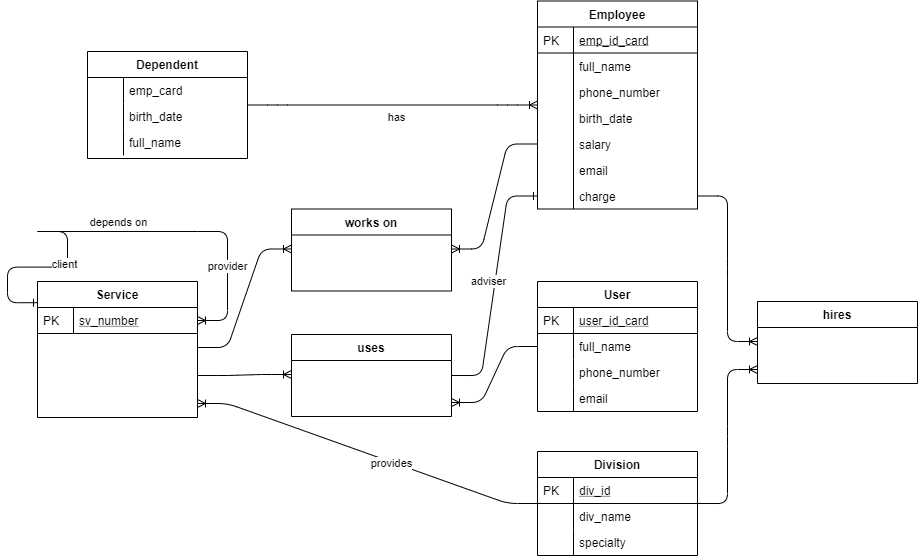
The draw.io diagram imgs/Crow's diagram.png in 7yrionLannister/information-systems-modeling-wiki, before a commit. Source tidied: cells renumbered, new cells last; positions are measured from the earlier drawing's top-left corner, leaving out a move shared by most shapes.
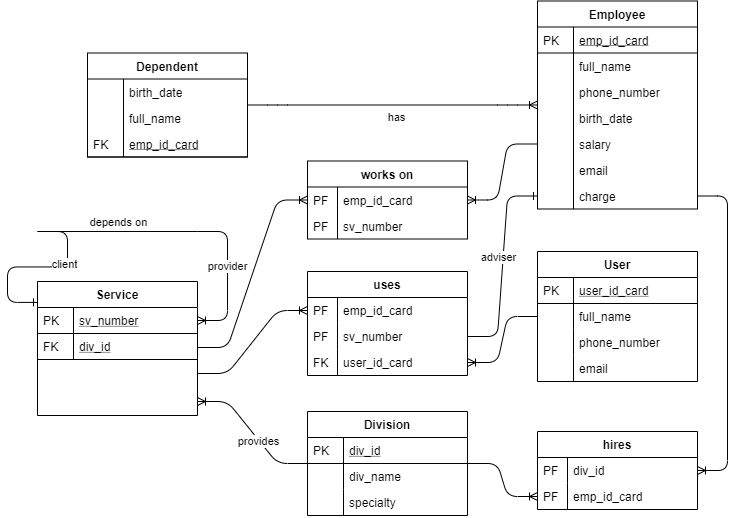
After the commit.

Diff of the diagram source:
```diff
@@ -35,31 +35,10 @@
     <mxCell id="9" value="provides" style="edgeLabel;html=1;align=center;verticalAlign=middle;" parent="8" vertex="1">
       <mxGeometry x="-0.14" y="1" relative="1" as="geometry" />
     </mxCell>
-    <mxCell id="10" value="Dependent" style="swimlane;fontStyle=1;horizontal=1;startSize=26;rounded=0;shadow=0;strokeWidth=1;" parent="1" vertex="1">
-      <mxGeometry x="50" y="50" width="160" height="107" as="geometry" />
-    </mxCell>
-    <mxCell id="11" value="emp_card" style="shape=partialRectangle;top=0;left=0;right=0;bottom=0;align=left;verticalAlign=top;fillColor=none;spacingLeft=40;spacingRight=4;overflow=hidden;rounded=0;shadow=0;strokeWidth=1;" parent="10" vertex="1">
-      <mxGeometry y="26" width="160" height="26" as="geometry" />
-    </mxCell>
-    <mxCell id="12" style="shape=partialRectangle;top=0;left=0;bottom=0;fillColor=none;align=left;verticalAlign=top;spacingLeft=4;spacingRight=4;overflow=hidden;" parent="11" vertex="1">
-      <mxGeometry width="36" height="26" as="geometry" />
-    </mxCell>
-    <mxCell id="13" value="birth_date" style="shape=partialRectangle;top=0;left=0;right=0;bottom=0;align=left;verticalAlign=top;fillColor=none;spacingLeft=40;spacingRight=4;overflow=hidden;rounded=0;shadow=0;strokeWidth=1;" parent="10" vertex="1">
-      <mxGeometry y="52" width="160" height="26" as="geometry" />
-    </mxCell>
-    <mxCell id="14" style="shape=partialRectangle;top=0;left=0;bottom=0;fillColor=none;align=left;verticalAlign=top;spacingLeft=4;spacingRight=4;overflow=hidden;" parent="13" vertex="1">
-      <mxGeometry width="36" height="26" as="geometry" />
-    </mxCell>
-    <mxCell id="15" value="full_name" style="shape=partialRectangle;top=0;left=0;right=0;bottom=0;align=left;verticalAlign=top;fillColor=none;spacingLeft=40;spacingRight=4;overflow=hidden;rounded=0;shadow=0;strokeWidth=1;" parent="10" vertex="1">
-      <mxGeometry y="78" width="160" height="26" as="geometry" />
-    </mxCell>
-    <mxCell id="16" style="shape=partialRectangle;top=0;left=0;bottom=0;fillColor=none;align=left;verticalAlign=top;spacingLeft=4;spacingRight=4;overflow=hidden;" parent="15" vertex="1">
-      <mxGeometry width="36" height="26" as="geometry" />
-    </mxCell>
-    <mxCell id="17" style="edgeStyle=entityRelationEdgeStyle;fontSize=12;html=1;endArrow=ERoneToMany;" parent="1" edge="1" source="26" target="29">
+    <mxCell id="17" style="edgeStyle=entityRelationEdgeStyle;fontSize=12;html=1;endArrow=ERoneToMany;" parent="1" edge="1" source="26" target="83">
       <mxGeometry relative="1" as="geometry" />
     </mxCell>
-    <mxCell id="18" style="edgeStyle=entityRelationEdgeStyle;fontSize=12;html=1;endArrow=ERone;endFill=1;" parent="1" edge="1" source="28" target="44">
+    <mxCell id="18" style="edgeStyle=entityRelationEdgeStyle;fontSize=12;html=1;endArrow=ERone;endFill=1;" parent="1" edge="1" source="85" target="44">
       <mxGeometry relative="1" as="geometry" />
     </mxCell>
     <mxCell id="19" value="adviser" style="edgeLabel;html=1;align=center;verticalAlign=middle;" parent="18" vertex="1">
@@ -76,7 +55,7 @@
       <mxGeometry x="-0.14" y="-1" relative="1" as="geometry" />
     </mxCell>
     <mxCell id="22" value="Service" style="swimlane;fontStyle=1;horizontal=1;startSize=26;rounded=0;shadow=0;strokeWidth=1;" parent="1" vertex="1">
-      <mxGeometry y="280" width="160" height="136" as="geometry" />
+      <mxGeometry y="280" width="160" height="134" as="geometry" />
     </mxCell>
     <mxCell id="23" value="sv_number" style="shape=partialRectangle;top=0;left=0;right=0;bottom=1;align=left;verticalAlign=top;fillColor=none;spacingLeft=40;spacingRight=4;overflow=hidden;points=[[0,0.5],[1,0.5]];portConstraint=eastwest;rounded=0;shadow=0;strokeWidth=1;fontStyle=4;" parent="22" vertex="1">
       <mxGeometry y="26" width="160" height="26" as="geometry" />
@@ -84,24 +63,18 @@
     <mxCell id="24" value="PK" style="shape=partialRectangle;top=0;left=0;bottom=0;fillColor=none;align=left;verticalAlign=top;spacingLeft=4;spacingRight=4;overflow=hidden;" parent="23" vertex="1">
       <mxGeometry width="36" height="26" as="geometry" />
     </mxCell>
-    <mxCell id="25" style="text;fillColor=none;align=left;verticalAlign=middle;spacingTop=-1;spacingLeft=4;spacingRight=4;labelPosition=right;points=[];portConstraint=eastwest;fontSize=12;" parent="22" vertex="1">
-      <mxGeometry y="52" width="160" height="28" as="geometry" />
-    </mxCell>
+    <mxCell id="73" value="div_id" style="shape=partialRectangle;top=0;left=0;right=0;bottom=1;align=left;verticalAlign=top;fillColor=none;spacingLeft=40;spacingRight=4;overflow=hidden;rounded=0;shadow=0;strokeWidth=1;fontStyle=4;" parent="22" vertex="1">
+      <mxGeometry y="52" width="160" height="26" as="geometry" />
+    </mxCell>
+    <mxCell id="74" value="FK" style="shape=partialRectangle;top=0;left=0;bottom=0;fillColor=none;align=left;verticalAlign=top;spacingLeft=4;spacingRight=4;overflow=hidden;" parent="73" vertex="1">
+      <mxGeometry width="36" height="26" as="geometry" />
+    </mxCell>
     <mxCell id="26" style="text;fillColor=none;align=left;verticalAlign=middle;spacingTop=-1;spacingLeft=4;spacingRight=4;labelPosition=right;points=[];portConstraint=eastwest;fontSize=12;" parent="22" vertex="1">
-      <mxGeometry y="80" width="160" height="28" as="geometry" />
+      <mxGeometry y="78" width="160" height="28" as="geometry" />
     </mxCell>
     <mxCell id="27" style="text;fillColor=none;align=left;verticalAlign=middle;spacingTop=-1;spacingLeft=4;spacingRight=4;labelPosition=right;points=[];portConstraint=eastwest;fontSize=12;" parent="22" vertex="1">
-      <mxGeometry y="108" width="160" height="28" as="geometry" />
+      <mxGeometry y="106" width="160" height="28" as="geometry" />
     </mxCell>
-    <mxCell id="28" value="uses" style="swimlane;fontStyle=1;horizontal=1;startSize=26;rounded=0;shadow=0;strokeWidth=1;" parent="1" vertex="1">
-      <mxGeometry x="254" y="333" width="160" height="82" as="geometry" />
-    </mxCell>
-    <mxCell id="29" style="text;fillColor=none;align=left;verticalAlign=middle;spacingTop=-1;spacingLeft=4;spacingRight=4;labelPosition=right;points=[];portConstraint=eastwest;fontSize=12;" parent="28" vertex="1">
-      <mxGeometry y="26" width="160" height="28" as="geometry" />
-    </mxCell>
-    <mxCell id="30" style="text;fillColor=none;align=left;verticalAlign=middle;spacingTop=-1;spacingLeft=4;spacingRight=4;labelPosition=right;points=[];portConstraint=eastwest;fontSize=12;" parent="28" vertex="1">
-      <mxGeometry y="54" width="160" height="28" as="geometry" />
-    </mxCell>
     <mxCell id="31" value="Employee" style="swimlane;fontStyle=1;horizontal=1;startSize=26;rounded=0;shadow=0;strokeWidth=1;" parent="1" vertex="1">
       <mxGeometry x="500" y="-0.5" width="160" height="208" as="geometry" />
     </mxCell>
@@ -147,41 +120,97 @@
     <mxCell id="45" style="shape=partialRectangle;top=0;left=0;bottom=0;fillColor=none;align=left;verticalAlign=top;spacingLeft=4;spacingRight=4;overflow=hidden;" parent="44" vertex="1">
       <mxGeometry width="36" height="26" as="geometry" />
     </mxCell>
-    <mxCell id="46" style="edgeStyle=entityRelationEdgeStyle;fontSize=12;html=1;endArrow=ERoneToMany;" parent="1" edge="1" source="40" target="49">
+    <mxCell id="46" style="edgeStyle=entityRelationEdgeStyle;fontSize=12;html=1;endArrow=ERoneToMany;" parent="1" edge="1" source="40" target="75">
       <mxGeometry relative="1" as="geometry" />
     </mxCell>
-    <mxCell id="47" style="edgeStyle=entityRelationEdgeStyle;fontSize=12;html=1;endArrow=ERoneToMany;" parent="1" edge="1" source="25" target="49">
-      <mxGeometry relative="1" as="geometry" />
+    <mxCell id="47" style="edgeStyle=entityRelationEdgeStyle;fontSize=12;html=1;endArrow=ERoneToMany;" parent="1" edge="1" target="48">
+      <mxGeometry relative="1" as="geometry">
+        <mxPoint x="160" y="346" as="sourcePoint" />
+      </mxGeometry>
     </mxCell>
-    <mxCell id="48" value="works on" style="swimlane;fontStyle=1;horizontal=1;startSize=26;rounded=0;shadow=0;strokeWidth=1;" parent="1" vertex="1">
-      <mxGeometry x="254" y="207.5" width="160" height="82" as="geometry" />
-    </mxCell>
-    <mxCell id="49" style="text;fillColor=none;align=left;verticalAlign=middle;spacingTop=-1;spacingLeft=4;spacingRight=4;labelPosition=right;points=[];portConstraint=eastwest;fontSize=12;" parent="48" vertex="1">
-      <mxGeometry y="26" width="160" height="28" as="geometry" />
-    </mxCell>
-    <mxCell id="50" style="text;fillColor=none;align=left;verticalAlign=middle;spacingTop=-1;spacingLeft=4;spacingRight=4;labelPosition=right;fontSize=12;" parent="48" vertex="1">
-      <mxGeometry y="54" width="160" height="28" as="geometry" />
-    </mxCell>
-    <mxCell id="51" style="edgeStyle=entityRelationEdgeStyle;fontSize=12;html=1;endArrow=ERoneToMany;" parent="1" edge="1" source="44" target="54">
+    <mxCell id="51" style="edgeStyle=entityRelationEdgeStyle;fontSize=12;html=1;endArrow=ERoneToMany;" parent="1" edge="1" source="44" target="79">
       <mxGeometry relative="1" as="geometry" />
     </mxCell>
-    <mxCell id="52" style="edgeStyle=entityRelationEdgeStyle;fontSize=12;html=1;endArrow=ERoneToMany;" parent="1" edge="1" source="66" target="55">
+    <mxCell id="52" style="edgeStyle=entityRelationEdgeStyle;fontSize=12;html=1;endArrow=ERoneToMany;" parent="1" edge="1" source="66" target="81">
       <mxGeometry relative="1" as="geometry" />
     </mxCell>
+    <mxCell id="56" style="edgeStyle=entityRelationEdgeStyle;fontSize=12;html=1;endArrow=ERoneToMany;" parent="1" edge="1" source="57" target="87">
+      <mxGeometry relative="1" as="geometry" />
+    </mxCell>
+    <mxCell id="48" value="works on" style="swimlane;fontStyle=1;horizontal=1;startSize=26;rounded=0;shadow=0;strokeWidth=1;" parent="1" vertex="1">
+      <mxGeometry x="270" y="159.5" width="160" height="78" as="geometry" />
+    </mxCell>
+    <mxCell id="75" value="emp_id_card" style="shape=partialRectangle;top=0;left=0;right=0;bottom=0;align=left;verticalAlign=top;fillColor=none;spacingLeft=34;spacingRight=4;overflow=hidden;points=[[0,0.5],[1,0.5]];portConstraint=eastwest;fontSize=12;" parent="48" vertex="1">
+      <mxGeometry y="26" width="160" height="26" as="geometry" />
+    </mxCell>
+    <mxCell id="76" value="PF" style="shape=partialRectangle;top=0;left=0;bottom=0;fillColor=none;align=left;verticalAlign=top;spacingLeft=4;spacingRight=4;overflow=hidden;fontSize=12;" parent="75" vertex="1">
+      <mxGeometry width="30" height="26" as="geometry" />
+    </mxCell>
+    <mxCell id="77" value="sv_number" style="shape=partialRectangle;top=0;left=0;right=0;bottom=0;align=left;verticalAlign=top;fillColor=none;spacingLeft=34;spacingRight=4;overflow=hidden;fontSize=12;" parent="48" vertex="1">
+      <mxGeometry y="52" width="160" height="26" as="geometry" />
+    </mxCell>
+    <mxCell id="78" value="PF" style="shape=partialRectangle;top=0;left=0;bottom=0;fillColor=none;align=left;verticalAlign=top;spacingLeft=4;spacingRight=4;overflow=hidden;fontSize=12;" parent="77" vertex="1">
+      <mxGeometry width="30" height="26" as="geometry" />
+    </mxCell>
     <mxCell id="53" value="hires" style="swimlane;fontStyle=1;horizontal=1;startSize=26;rounded=0;shadow=0;strokeWidth=1;" parent="1" vertex="1">
-      <mxGeometry x="720" y="300" width="160" height="82" as="geometry" />
+      <mxGeometry x="500" y="430" width="160" height="78" as="geometry" />
     </mxCell>
-    <mxCell id="54" style="text;fillColor=none;align=left;verticalAlign=middle;spacingTop=-1;spacingLeft=4;spacingRight=4;labelPosition=right;points=[];portConstraint=eastwest;fontSize=12;" parent="53" vertex="1">
-      <mxGeometry y="26" width="160" height="28" as="geometry" />
-    </mxCell>
-    <mxCell id="55" style="text;fillColor=none;align=left;verticalAlign=middle;spacingTop=-1;spacingLeft=4;spacingRight=4;labelPosition=right;points=[];portConstraint=eastwest;fontSize=12;" parent="53" vertex="1">
-      <mxGeometry y="54" width="160" height="28" as="geometry" />
-    </mxCell>
-    <mxCell id="56" style="edgeStyle=entityRelationEdgeStyle;fontSize=12;html=1;endArrow=ERoneToMany;" parent="1" edge="1" source="57" target="30">
-      <mxGeometry relative="1" as="geometry" />
-    </mxCell>
+    <mxCell id="79" value="div_id" style="shape=partialRectangle;top=0;left=0;right=0;bottom=0;align=left;verticalAlign=top;fillColor=none;spacingLeft=34;spacingRight=4;overflow=hidden;points=[[0,0.5],[1,0.5]];portConstraint=eastwest;fontSize=12;" parent="53" vertex="1">
+      <mxGeometry y="26" width="160" height="26" as="geometry" />
+    </mxCell>
+    <mxCell id="80" value="PF" style="shape=partialRectangle;top=0;left=0;bottom=0;fillColor=none;align=left;verticalAlign=top;spacingLeft=4;spacingRight=4;overflow=hidden;fontSize=12;" parent="79" vertex="1">
+      <mxGeometry width="30" height="26" as="geometry" />
+    </mxCell>
+    <mxCell id="81" value="emp_id_card" style="shape=partialRectangle;top=0;left=0;right=0;bottom=0;align=left;verticalAlign=top;fillColor=none;spacingLeft=34;spacingRight=4;overflow=hidden;points=[[0,0.5],[1,0.5]];portConstraint=eastwest;fontSize=12;" parent="53" vertex="1">
+      <mxGeometry y="52" width="160" height="26" as="geometry" />
+    </mxCell>
+    <mxCell id="82" value="PF" style="shape=partialRectangle;top=0;left=0;bottom=0;fillColor=none;align=left;verticalAlign=top;spacingLeft=4;spacingRight=4;overflow=hidden;fontSize=12;" parent="81" vertex="1">
+      <mxGeometry width="30" height="26" as="geometry" />
+    </mxCell>
+    <mxCell id="28" value="uses" style="swimlane;fontStyle=1;horizontal=1;startSize=26;rounded=0;shadow=0;strokeWidth=1;" parent="1" vertex="1">
+      <mxGeometry x="270" y="270" width="160" height="104" as="geometry" />
+    </mxCell>
+    <mxCell id="83" value="emp_id_card" style="shape=partialRectangle;top=0;left=0;right=0;bottom=0;align=left;verticalAlign=top;fillColor=none;spacingLeft=34;spacingRight=4;overflow=hidden;points=[[0,0.5],[1,0.5]];portConstraint=eastwest;fontSize=12;" parent="28" vertex="1">
+      <mxGeometry y="26" width="160" height="26" as="geometry" />
+    </mxCell>
+    <mxCell id="84" value="PF" style="shape=partialRectangle;top=0;left=0;bottom=0;fillColor=none;align=left;verticalAlign=top;spacingLeft=4;spacingRight=4;overflow=hidden;fontSize=12;" parent="83" vertex="1">
+      <mxGeometry width="30" height="26" as="geometry" />
+    </mxCell>
+    <mxCell id="85" value="sv_number" style="shape=partialRectangle;top=0;left=0;right=0;bottom=0;align=left;verticalAlign=top;fillColor=none;spacingLeft=34;spacingRight=4;overflow=hidden;points=[[0,0.5],[1,0.5]];portConstraint=eastwest;fontSize=12;" parent="28" vertex="1">
+      <mxGeometry y="52" width="160" height="26" as="geometry" />
+    </mxCell>
+    <mxCell id="86" value="PF" style="shape=partialRectangle;top=0;left=0;bottom=0;fillColor=none;align=left;verticalAlign=top;spacingLeft=4;spacingRight=4;overflow=hidden;fontSize=12;" parent="85" vertex="1">
+      <mxGeometry width="30" height="26" as="geometry" />
+    </mxCell>
+    <mxCell id="87" value="user_id_card" style="shape=partialRectangle;top=0;left=0;right=0;bottom=0;align=left;verticalAlign=top;fillColor=none;spacingLeft=34;spacingRight=4;overflow=hidden;points=[[0,0.5],[1,0.5]];portConstraint=eastwest;fontSize=12;" parent="28" vertex="1">
+      <mxGeometry y="78" width="160" height="26" as="geometry" />
+    </mxCell>
+    <mxCell id="88" value="FK" style="shape=partialRectangle;top=0;left=0;bottom=0;fillColor=none;align=left;verticalAlign=top;spacingLeft=4;spacingRight=4;overflow=hidden;fontSize=12;" parent="87" vertex="1">
+      <mxGeometry width="30" height="26" as="geometry" />
+    </mxCell>
+    <mxCell id="66" value="Division" style="swimlane;fontStyle=1;horizontal=1;startSize=26;rounded=0;shadow=0;strokeWidth=1;" parent="1" vertex="1">
+      <mxGeometry x="270" y="410" width="160" height="104" as="geometry" />
+    </mxCell>
+    <mxCell id="67" value="div_id" style="shape=partialRectangle;top=0;left=0;right=0;bottom=1;align=left;verticalAlign=top;fillColor=none;spacingLeft=40;spacingRight=4;overflow=hidden;rounded=0;shadow=0;strokeWidth=1;fontStyle=4;" parent="66" vertex="1">
+      <mxGeometry y="26" width="160" height="26" as="geometry" />
+    </mxCell>
+    <mxCell id="68" value="PK" style="shape=partialRectangle;top=0;left=0;bottom=0;fillColor=none;align=left;verticalAlign=top;spacingLeft=4;spacingRight=4;overflow=hidden;" parent="67" vertex="1">
+      <mxGeometry width="36" height="26" as="geometry" />
+    </mxCell>
+    <mxCell id="69" value="div_name" style="shape=partialRectangle;top=0;left=0;right=0;bottom=0;align=left;verticalAlign=top;fillColor=none;spacingLeft=40;spacingRight=4;overflow=hidden;rounded=0;shadow=0;strokeWidth=1;" parent="66" vertex="1">
+      <mxGeometry y="52" width="160" height="26" as="geometry" />
+    </mxCell>
+    <mxCell id="70" style="shape=partialRectangle;top=0;left=0;bottom=0;fillColor=none;align=left;verticalAlign=top;spacingLeft=4;spacingRight=4;overflow=hidden;" parent="69" vertex="1">
+      <mxGeometry width="36" height="26" as="geometry" />
+    </mxCell>
+    <mxCell id="71" value="specialty" style="shape=partialRectangle;top=0;left=0;right=0;bottom=0;align=left;verticalAlign=top;fillColor=none;spacingLeft=40;spacingRight=4;overflow=hidden;rounded=0;shadow=0;strokeWidth=1;" parent="66" vertex="1">
+      <mxGeometry y="78" width="160" height="26" as="geometry" />
+    </mxCell>
+    <mxCell id="72" style="shape=partialRectangle;top=0;left=0;bottom=0;fillColor=none;align=left;verticalAlign=top;spacingLeft=4;spacingRight=4;overflow=hidden;" parent="71" vertex="1">
+      <mxGeometry width="36" height="26" as="geometry" />
+    </mxCell>
     <mxCell id="57" value="User" style="swimlane;fontStyle=1;horizontal=1;startSize=26;rounded=0;shadow=0;strokeWidth=1;" parent="1" vertex="1">
-      <mxGeometry x="500" y="280" width="160" height="130" as="geometry" />
+      <mxGeometry x="500" y="250" width="160" height="130" as="geometry" />
     </mxCell>
     <mxCell id="58" value="user_id_card" style="shape=partialRectangle;top=0;left=0;right=0;bottom=1;align=left;verticalAlign=top;fillColor=none;spacingLeft=40;spacingRight=4;overflow=hidden;rounded=0;shadow=0;strokeWidth=1;fontStyle=4;" parent="57" vertex="1">
       <mxGeometry y="26" width="160" height="26" as="geometry" />
@@ -207,26 +236,26 @@
     <mxCell id="65" style="shape=partialRectangle;top=0;left=0;bottom=0;fillColor=none;align=left;verticalAlign=top;spacingLeft=4;spacingRight=4;overflow=hidden;" parent="64" vertex="1">
       <mxGeometry width="36" height="26" as="geometry" />
     </mxCell>
-    <mxCell id="66" value="Division" style="swimlane;fontStyle=1;horizontal=1;startSize=26;rounded=0;shadow=0;strokeWidth=1;" parent="1" vertex="1">
-      <mxGeometry x="500" y="450" width="160" height="104" as="geometry" />
-    </mxCell>
-    <mxCell id="67" value="div_id" style="shape=partialRectangle;top=0;left=0;right=0;bottom=1;align=left;verticalAlign=top;fillColor=none;spacingLeft=40;spacingRight=4;overflow=hidden;rounded=0;shadow=0;strokeWidth=1;fontStyle=4;" parent="66" vertex="1">
-      <mxGeometry y="26" width="160" height="26" as="geometry" />
-    </mxCell>
-    <mxCell id="68" value="PK" style="shape=partialRectangle;top=0;left=0;bottom=0;fillColor=none;align=left;verticalAlign=top;spacingLeft=4;spacingRight=4;overflow=hidden;" parent="67" vertex="1">
-      <mxGeometry width="36" height="26" as="geometry" />
-    </mxCell>
-    <mxCell id="69" value="div_name" style="shape=partialRectangle;top=0;left=0;right=0;bottom=0;align=left;verticalAlign=top;fillColor=none;spacingLeft=40;spacingRight=4;overflow=hidden;rounded=0;shadow=0;strokeWidth=1;" parent="66" vertex="1">
-      <mxGeometry y="52" width="160" height="26" as="geometry" />
-    </mxCell>
-    <mxCell id="70" style="shape=partialRectangle;top=0;left=0;bottom=0;fillColor=none;align=left;verticalAlign=top;spacingLeft=4;spacingRight=4;overflow=hidden;" parent="69" vertex="1">
-      <mxGeometry width="36" height="26" as="geometry" />
-    </mxCell>
-    <mxCell id="71" value="specialty" style="shape=partialRectangle;top=0;left=0;right=0;bottom=0;align=left;verticalAlign=top;fillColor=none;spacingLeft=40;spacingRight=4;overflow=hidden;rounded=0;shadow=0;strokeWidth=1;" parent="66" vertex="1">
-      <mxGeometry y="78" width="160" height="26" as="geometry" />
-    </mxCell>
-    <mxCell id="72" style="shape=partialRectangle;top=0;left=0;bottom=0;fillColor=none;align=left;verticalAlign=top;spacingLeft=4;spacingRight=4;overflow=hidden;" parent="71" vertex="1">
-      <mxGeometry width="36" height="26" as="geometry" />
-    </mxCell>
+    <mxCell id="10" value="Dependent" style="swimlane;fontStyle=1;horizontal=1;startSize=26;rounded=0;shadow=0;strokeWidth=1;" parent="1" vertex="1">
+      <mxGeometry x="50" y="51.5" width="160" height="104" as="geometry" />
+    </mxCell>
+    <mxCell id="13" value="birth_date" style="shape=partialRectangle;top=0;left=0;right=0;bottom=0;align=left;verticalAlign=top;fillColor=none;spacingLeft=40;spacingRight=4;overflow=hidden;rounded=0;shadow=0;strokeWidth=1;" parent="10" vertex="1">
+      <mxGeometry y="26" width="160" height="26" as="geometry" />
+    </mxCell>
+    <mxCell id="14" style="shape=partialRectangle;top=0;left=0;bottom=0;fillColor=none;align=left;verticalAlign=top;spacingLeft=4;spacingRight=4;overflow=hidden;" parent="13" vertex="1">
+      <mxGeometry width="36" height="26" as="geometry" />
+    </mxCell>
+    <mxCell id="15" value="full_name" style="shape=partialRectangle;top=0;left=0;right=0;bottom=0;align=left;verticalAlign=top;fillColor=none;spacingLeft=40;spacingRight=4;overflow=hidden;rounded=0;shadow=0;strokeWidth=1;" parent="10" vertex="1">
+      <mxGeometry y="52" width="160" height="26" as="geometry" />
+    </mxCell>
+    <mxCell id="16" style="shape=partialRectangle;top=0;left=0;bottom=0;fillColor=none;align=left;verticalAlign=top;spacingLeft=4;spacingRight=4;overflow=hidden;" parent="15" vertex="1">
+      <mxGeometry width="36" height="26" as="geometry" />
+    </mxCell>
+    <mxCell id="89" value="emp_id_card" style="shape=partialRectangle;top=0;left=0;right=0;bottom=1;align=left;verticalAlign=top;fillColor=none;spacingLeft=40;spacingRight=4;overflow=hidden;rounded=0;shadow=0;strokeWidth=1;fontStyle=4;" parent="10" vertex="1">
+      <mxGeometry y="78" width="160" height="26" as="geometry" />
+    </mxCell>
+    <mxCell id="90" value="FK" style="shape=partialRectangle;top=0;left=0;bottom=0;fillColor=none;align=left;verticalAlign=top;spacingLeft=4;spacingRight=4;overflow=hidden;" parent="89" vertex="1">
+      <mxGeometry width="36" height="26" as="geometry" />
+    </mxCell>
   </root>
 </mxGraphModel>
```
